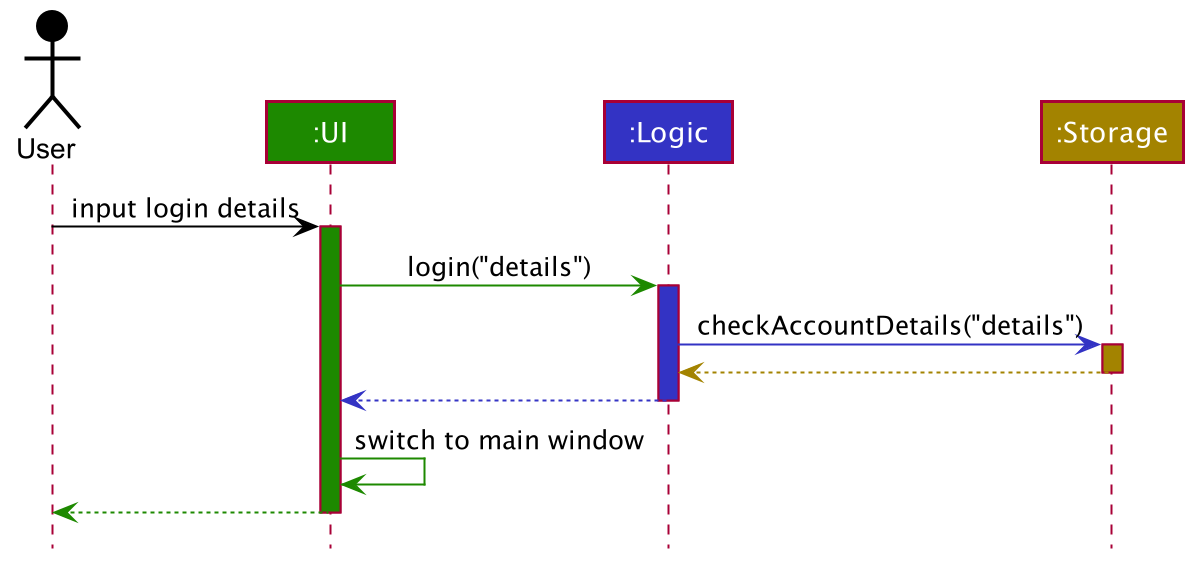
Before: docs/images/LoginSequenceDiagram.png, a diagram exported from PlantUML (wang-jun-hao/tp).
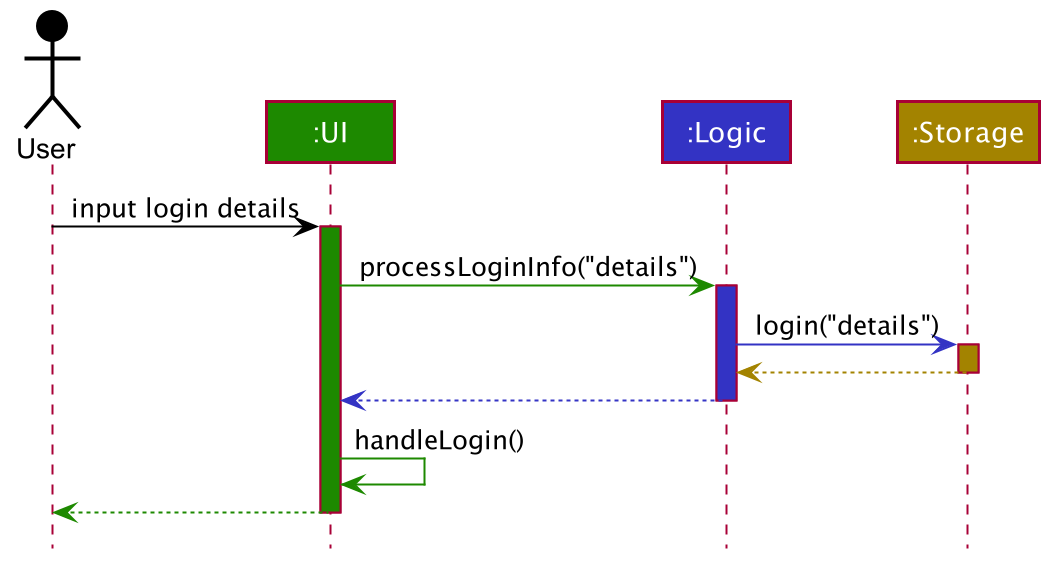
After the commit.

Commit message:
Update login diagrams in DG Add AccessCommand sequence diagram for DG

What changed in the source:
```diff
@@ -56,10 +56,10 @@
 user -[#000000]> ui : input login details
 activate ui #1D8900
 
-ui -[#1D8900]> logic : login("details")
+ui -[#1D8900]> logic : processLoginInfo("details")
 activate logic #3333C4
 
-logic -[#3333C4]> storage : checkAccountDetails("details")
+logic -[#3333C4]> storage : login("details")
 activate storage #A38300
 
 storage --[#A38300]> logic
@@ -68,7 +68,7 @@
 logic --[#3333C4]> ui
 deactivate logic
 
-ui -[#1D8900]> ui: switch to main window
+ui -[#1D8900]> ui: handleLogin()
 
 ui--[#1D8900]> user
 deactivate ui
```
